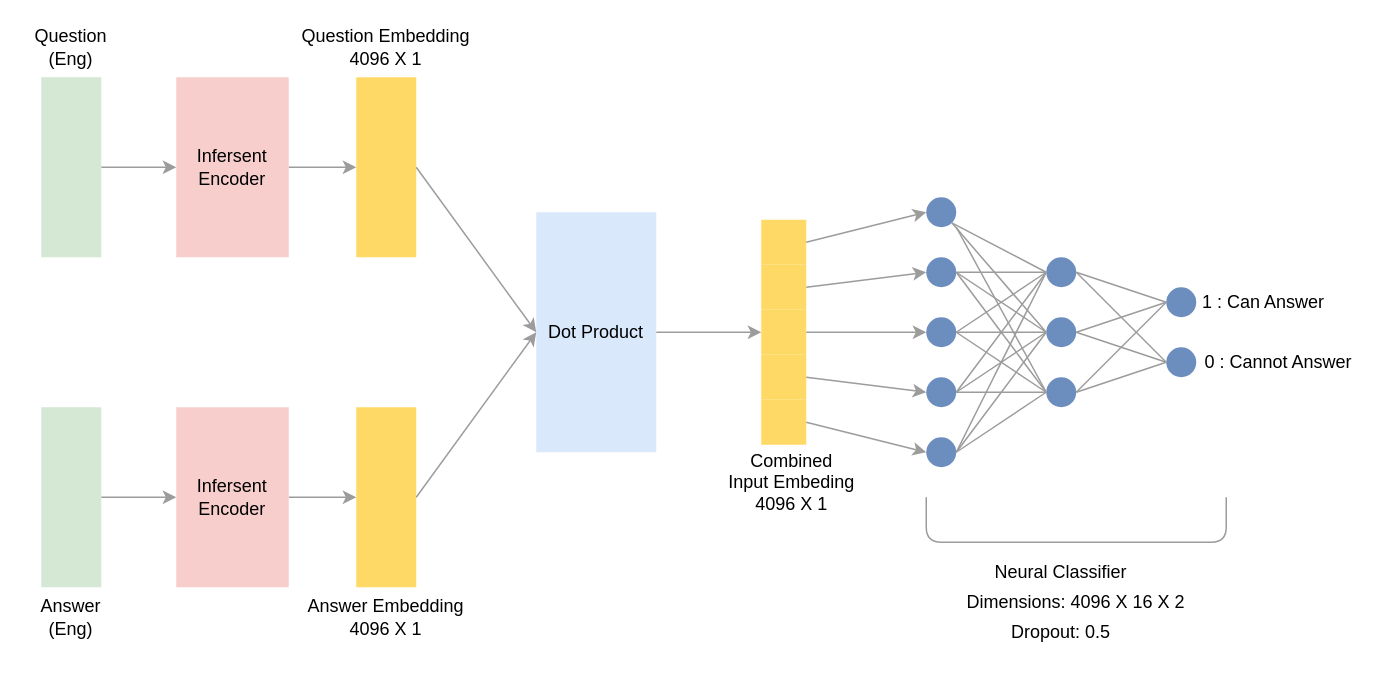
Above: charts/classifier.drawio in miteshksingh/AdversarialQuestionGeneration (draw.io), before the change. Source tidied: cells renumbered, new cells numbered last; positions are measured from the earlier drawing's top-left corner, leaving out a move shared by most shapes. Both pictures are drawn from the tidied source at 150%, with x=0, y=0 at pixel (26, 32).
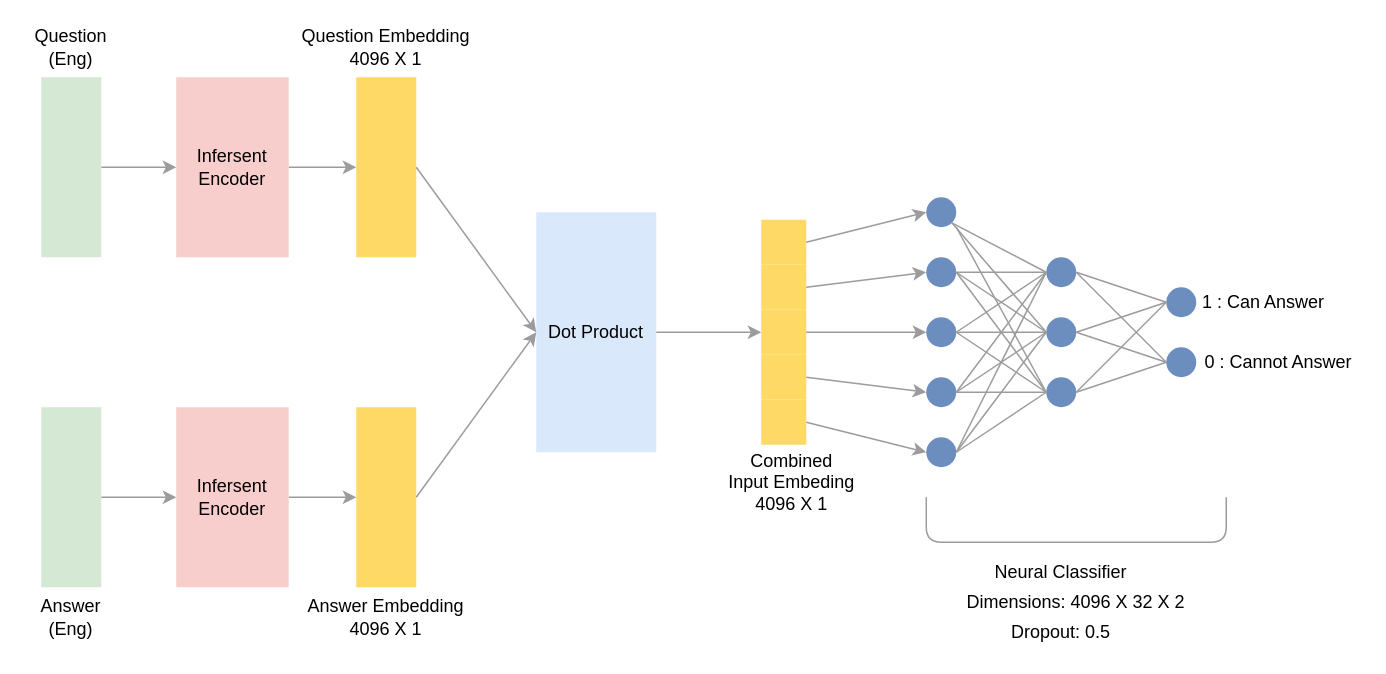
Above is the later version.

Commit message (it also covers changes not shown here):
Modifying Classifier's Diagram

What changed in the source:
```diff
@@
-    <mxCell id="55" value="Dimensions: 4096 X 16 X 2" style="text;html=1;strokeColor=none;fillColor=none;align=center;verticalAlign=middle;whiteSpace=wrap;rounded=0;" parent="1" vertex="1">
+    <mxCell id="55" value="Dimensions: 4096 X 32 X 2" style="text;html=1;strokeColor=none;fillColor=none;align=center;verticalAlign=middle;whiteSpace=wrap;rounded=0;" parent="1" vertex="1">
       <mxGeometry x="600" y="370" width="200" height="20" as="geometry" />
     </mxCell>
```
